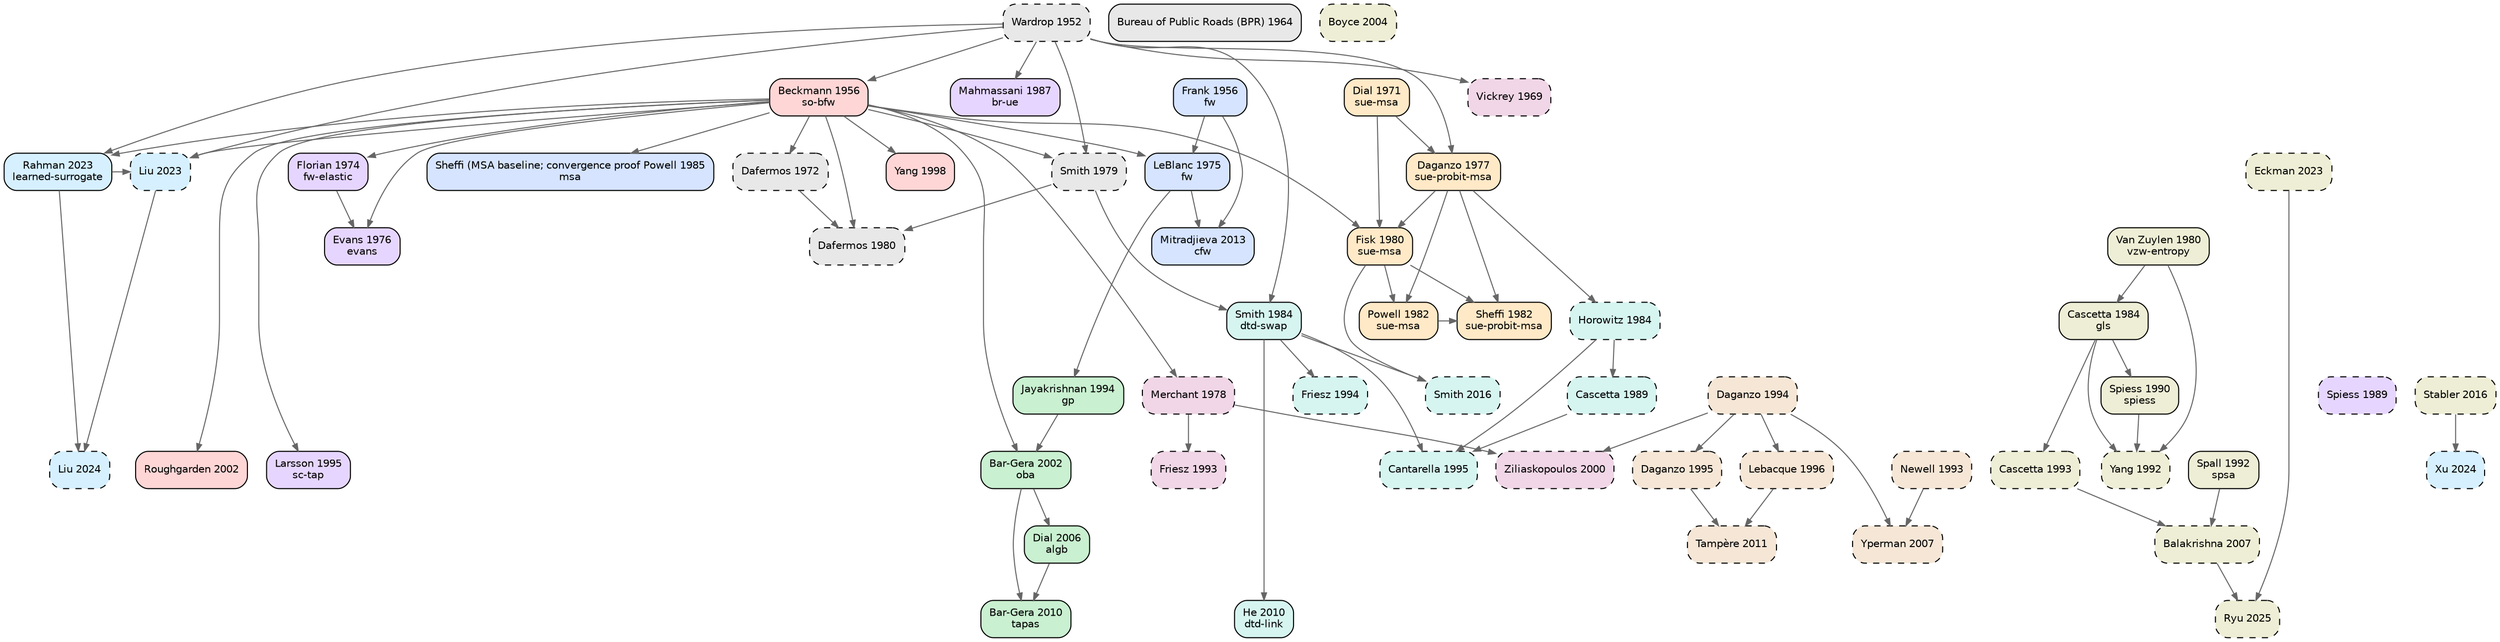
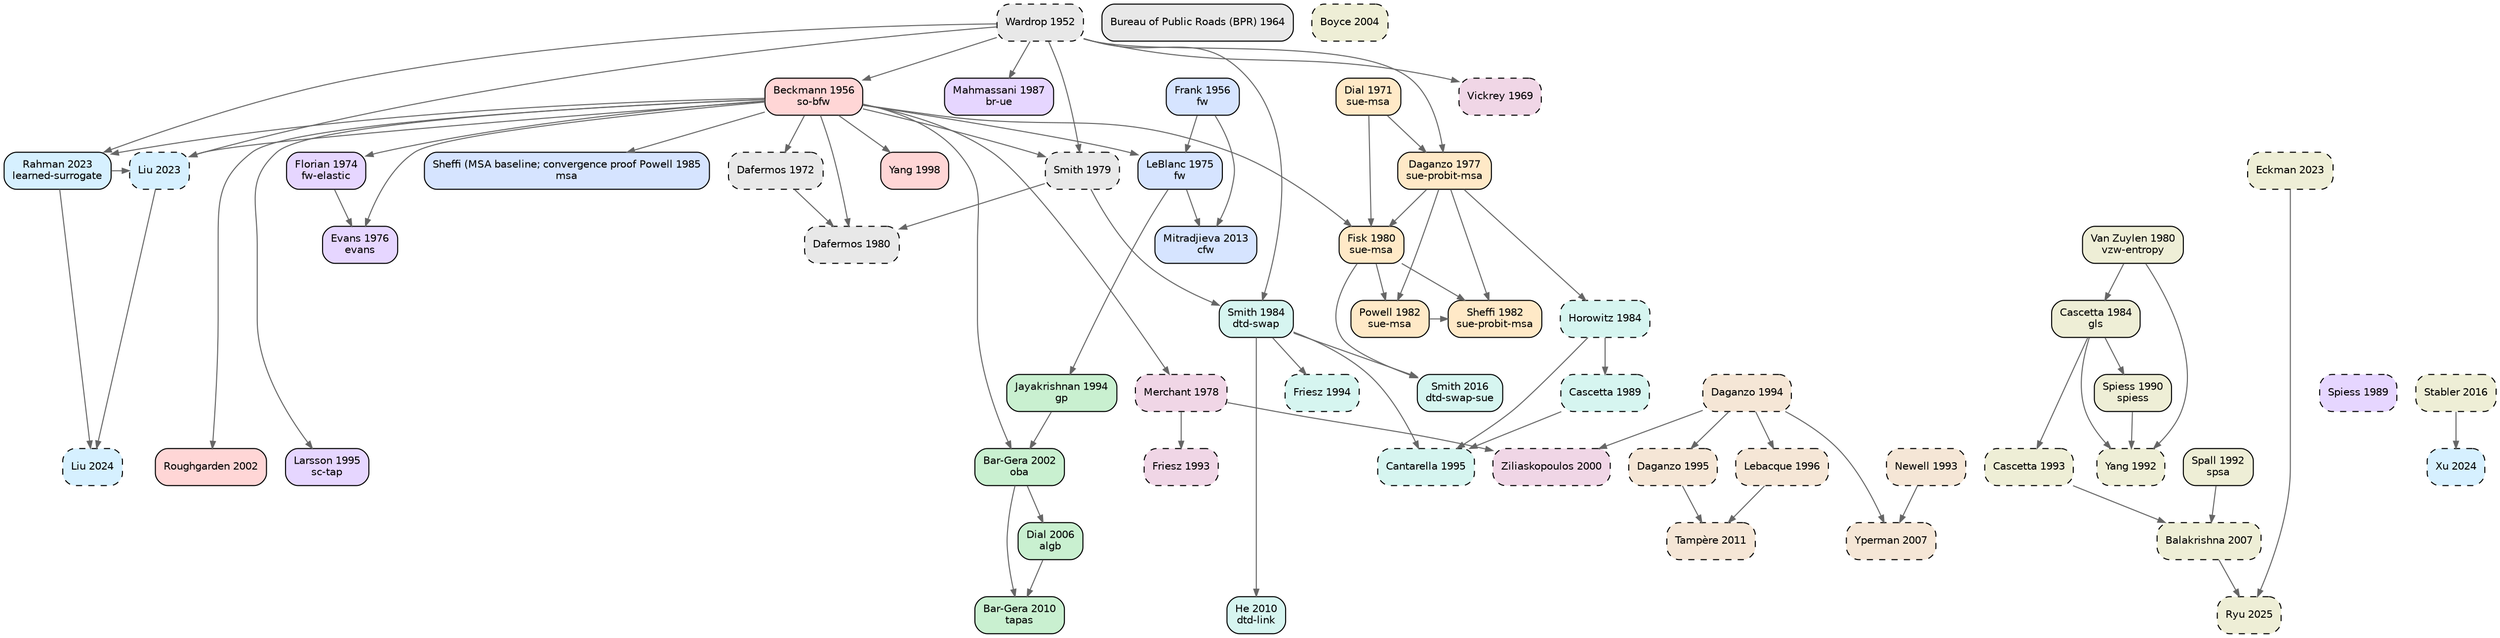
digraph TA_evolution {
  rankdir=TB; node [shape=box,style="rounded,filled",fontname="Helvetica",fontsize=10];
  edge [color="#666666",arrowsize=0.7];
  { rank=same; "wardrop1952some" }
  { rank=same; "frank1956algorithm" "beckmann1956studies" }
  { rank=same; "bpr1964traffic" }
  { rank=same; "vickrey1969congestion" }
  { rank=same; "dial1971probabilistic" }
  { rank=same; "dafermos1972traffic" }
  { rank=same; "florian1974method" }
  { rank=same; "leblanc1975efficient" }
  { rank=same; "evans1976derivation" }
  { rank=same; "daganzo1977stochastic" }
  { rank=same; "merchant1978model" }
  { rank=same; "smith1979existence" }
  { rank=same; "dafermos1980traffic" "fisk1980some" "vanzuylen1980most" }
  { rank=same; "powell1982convergence" "sheffi1982algorithm" }
  { rank=same; "horowitz1984stability" "smith1984stability" "cascetta1984estimation" }
  { rank=same; "sheffi1985urban" }
  { rank=same; "mahmassani1987on" }
  { rank=same; "spiess1989optimal" "cascetta1989stochastic" }
  { rank=same; "spiess1990gradient" }
  { rank=same; "spall1992multivariate" "yang1992estimation" }
  { rank=same; "newell1993simplified" "friesz1993variational" "cascetta1993dynamic" }
  { rank=same; "jayakrishnan1994faster" "friesz1994daytoday" "daganzo1994cell" }
  { rank=same; "larsson1995augmented" "cantarella1995dynamic" "daganzo1995cell" }
  { rank=same; "lebacque1996godunov" }
  { rank=same; "yang1998principle" }
  { rank=same; "ziliaskopoulos2000linear" }
  { rank=same; "bargera2002origin" "roughgarden2002how" }
  { rank=same; "boyce2004convergence" }
  { rank=same; "dial2006path" }
  { rank=same; "yperman2007link" "balakrishna2007offline" }
  { rank=same; "bargera2010traffic" "he2010linkbased" }
  { rank=same; "tampere2011generic" }
  { rank=same; "mitradjieva2013stiff" }
  { rank=same; "smith2016routeswapping" "stabler2016transportation" }
  { rank=same; "liu2023end" "rahman2023data" "eckman2023simopt" }
  { rank=same; "liu2024end" "xu2024unified" }
  { rank=same; "ryu2025bo4mob" }
  "wardrop1952some" [label="Wardrop 1952\n",fillcolor="#e8e8e8",style="rounded,filled,dashed"];
  "bpr1964traffic" [label="Bureau of Public Roads (BPR) 1964\n",fillcolor="#e8e8e8",style="rounded,filled"];
  "dafermos1972traffic" [label="Dafermos 1972\n",fillcolor="#e8e8e8",style="rounded,filled,dashed"];
  "smith1979existence" [label="Smith 1979\n",fillcolor="#e8e8e8",style="rounded,filled,dashed"];
  "dafermos1980traffic" [label="Dafermos 1980\n",fillcolor="#e8e8e8",style="rounded,filled,dashed"];
  "frank1956algorithm" [label="Frank 1956\nfw",fillcolor="#d6e4ff",style="rounded,filled"];
  "leblanc1975efficient" [label="LeBlanc 1975\nfw",fillcolor="#d6e4ff",style="rounded,filled"];
  "sheffi1985urban" [label="Sheffi (MSA baseline; convergence proof Powell 1985\nmsa",fillcolor="#d6e4ff",style="rounded,filled"];
  "mitradjieva2013stiff" [label="Mitradjieva 2013\ncfw",fillcolor="#d6e4ff",style="rounded,filled"];
  "jayakrishnan1994faster" [label="Jayakrishnan 1994\ngp",fillcolor="#c9f0d0",style="rounded,filled"];
  "bargera2002origin" [label="Bar-Gera 2002\noba",fillcolor="#c9f0d0",style="rounded,filled"];
  "dial2006path" [label="Dial 2006\nalgb",fillcolor="#c9f0d0",style="rounded,filled"];
  "bargera2010traffic" [label="Bar-Gera 2010\ntapas",fillcolor="#c9f0d0",style="rounded,filled"];
  "dial1971probabilistic" [label="Dial 1971\nsue-msa",fillcolor="#ffe9c7",style="rounded,filled"];
  "daganzo1977stochastic" [label="Daganzo 1977\nsue-probit-msa",fillcolor="#ffe9c7",style="rounded,filled"];
  "fisk1980some" [label="Fisk 1980\nsue-msa",fillcolor="#ffe9c7",style="rounded,filled"];
  "powell1982convergence" [label="Powell 1982\nsue-msa",fillcolor="#ffe9c7",style="rounded,filled"];
  "sheffi1982algorithm" [label="Sheffi 1982\nsue-probit-msa",fillcolor="#ffe9c7",style="rounded,filled"];
  "beckmann1956studies" [label="Beckmann 1956\nso-bfw",fillcolor="#ffd6d6",style="rounded,filled"];
  "yang1998principle" [label="Yang 1998\n",fillcolor="#ffd6d6",style="rounded,filled"];
  "roughgarden2002how" [label="Roughgarden 2002\n",fillcolor="#ffd6d6",style="rounded,filled"];
  "florian1974method" [label="Florian 1974\nfw-elastic",fillcolor="#e6d6ff",style="rounded,filled"];
  "evans1976derivation" [label="Evans 1976\nevans",fillcolor="#e6d6ff",style="rounded,filled"];
  "mahmassani1987on" [label="Mahmassani 1987\nbr-ue",fillcolor="#e6d6ff",style="rounded,filled"];
  "spiess1989optimal" [label="Spiess 1989\n",fillcolor="#e6d6ff",style="rounded,filled,dashed"];
  "larsson1995augmented" [label="Larsson 1995\nsc-tap",fillcolor="#e6d6ff",style="rounded,filled"];
  "horowitz1984stability" [label="Horowitz 1984\n",fillcolor="#d6f5f0",style="rounded,filled,dashed"];
  "smith1984stability" [label="Smith 1984\ndtd-swap",fillcolor="#d6f5f0",style="rounded,filled"];
  "cascetta1989stochastic" [label="Cascetta 1989\n",fillcolor="#d6f5f0",style="rounded,filled,dashed"];
  "friesz1994daytoday" [label="Friesz 1994\n",fillcolor="#d6f5f0",style="rounded,filled,dashed"];
  "cantarella1995dynamic" [label="Cantarella 1995\n",fillcolor="#d6f5f0",style="rounded,filled,dashed"];
  "he2010linkbased" [label="He 2010\ndtd-link",fillcolor="#d6f5f0",style="rounded,filled"];
-   "smith2016routeswapping" [label="Smith 2016\n",fillcolor="#d6f5f0",style="rounded,filled,dashed"];
+   "smith2016routeswapping" [label="Smith 2016\ndtd-swap-sue",fillcolor="#d6f5f0",style="rounded,filled"];
  "newell1993simplified" [label="Newell 1993\n",fillcolor="#f5e6d6",style="rounded,filled,dashed"];
  "daganzo1994cell" [label="Daganzo 1994\n",fillcolor="#f5e6d6",style="rounded,filled,dashed"];
  "daganzo1995cell" [label="Daganzo 1995\n",fillcolor="#f5e6d6",style="rounded,filled,dashed"];
  "lebacque1996godunov" [label="Lebacque 1996\n",fillcolor="#f5e6d6",style="rounded,filled,dashed"];
  "yperman2007link" [label="Yperman 2007\n",fillcolor="#f5e6d6",style="rounded,filled,dashed"];
  "tampere2011generic" [label="Tampère 2011\n",fillcolor="#f5e6d6",style="rounded,filled,dashed"];
  "vickrey1969congestion" [label="Vickrey 1969\n",fillcolor="#f0d6e6",style="rounded,filled,dashed"];
  "merchant1978model" [label="Merchant 1978\n",fillcolor="#f0d6e6",style="rounded,filled,dashed"];
  "friesz1993variational" [label="Friesz 1993\n",fillcolor="#f0d6e6",style="rounded,filled,dashed"];
  "ziliaskopoulos2000linear" [label="Ziliaskopoulos 2000\n",fillcolor="#f0d6e6",style="rounded,filled,dashed"];
  "liu2023end" [label="Liu 2023\n",fillcolor="#d6f0ff",style="rounded,filled,dashed"];
  "rahman2023data" [label="Rahman 2023\nlearned-surrogate",fillcolor="#d6f0ff",style="rounded,filled"];
  "liu2024end" [label="Liu 2024\n",fillcolor="#d6f0ff",style="rounded,filled,dashed"];
  "xu2024unified" [label="Xu 2024\n",fillcolor="#d6f0ff",style="rounded,filled,dashed"];
  "vanzuylen1980most" [label="Van Zuylen 1980\nvzw-entropy",fillcolor="#eeeed6",style="rounded,filled"];
  "cascetta1984estimation" [label="Cascetta 1984\ngls",fillcolor="#eeeed6",style="rounded,filled"];
  "spiess1990gradient" [label="Spiess 1990\nspiess",fillcolor="#eeeed6",style="rounded,filled"];
  "spall1992multivariate" [label="Spall 1992\nspsa",fillcolor="#eeeed6",style="rounded,filled"];
  "yang1992estimation" [label="Yang 1992\n",fillcolor="#eeeed6",style="rounded,filled,dashed"];
  "cascetta1993dynamic" [label="Cascetta 1993\n",fillcolor="#eeeed6",style="rounded,filled,dashed"];
  "boyce2004convergence" [label="Boyce 2004\n",fillcolor="#eeeed6",style="rounded,filled,dashed"];
  "balakrishna2007offline" [label="Balakrishna 2007\n",fillcolor="#eeeed6",style="rounded,filled,dashed"];
  "stabler2016transportation" [label="Stabler 2016\n",fillcolor="#eeeed6",style="rounded,filled,dashed"];
  "eckman2023simopt" [label="Eckman 2023\n",fillcolor="#eeeed6",style="rounded,filled,dashed"];
  "ryu2025bo4mob" [label="Ryu 2025\n",fillcolor="#eeeed6",style="rounded,filled,dashed"];
  "beckmann1956studies" -> "dafermos1972traffic";
  "wardrop1952some" -> "smith1979existence";
  "beckmann1956studies" -> "smith1979existence";
  "smith1979existence" -> "dafermos1980traffic";
  "beckmann1956studies" -> "dafermos1980traffic";
  "dafermos1972traffic" -> "dafermos1980traffic";
  "frank1956algorithm" -> "leblanc1975efficient";
  "beckmann1956studies" -> "leblanc1975efficient";
  "beckmann1956studies" -> "sheffi1985urban";
  "leblanc1975efficient" -> "mitradjieva2013stiff";
  "frank1956algorithm" -> "mitradjieva2013stiff";
  "leblanc1975efficient" -> "jayakrishnan1994faster";
  "jayakrishnan1994faster" -> "bargera2002origin";
  "beckmann1956studies" -> "bargera2002origin";
  "bargera2002origin" -> "dial2006path";
  "dial2006path" -> "bargera2010traffic";
  "bargera2002origin" -> "bargera2010traffic";
  "dial1971probabilistic" -> "daganzo1977stochastic";
  "wardrop1952some" -> "daganzo1977stochastic";
  "daganzo1977stochastic" -> "fisk1980some";
  "dial1971probabilistic" -> "fisk1980some";
  "beckmann1956studies" -> "fisk1980some";
  "fisk1980some" -> "powell1982convergence";
  "daganzo1977stochastic" -> "powell1982convergence";
  "daganzo1977stochastic" -> "sheffi1982algorithm";
  "powell1982convergence" -> "sheffi1982algorithm";
  "fisk1980some" -> "sheffi1982algorithm";
  "wardrop1952some" -> "beckmann1956studies";
  "beckmann1956studies" -> "yang1998principle";
  "beckmann1956studies" -> "roughgarden2002how";
  "beckmann1956studies" -> "florian1974method";
  "beckmann1956studies" -> "evans1976derivation";
  "florian1974method" -> "evans1976derivation";
  "wardrop1952some" -> "mahmassani1987on";
  "beckmann1956studies" -> "larsson1995augmented";
  "daganzo1977stochastic" -> "horowitz1984stability";
  "smith1979existence" -> "smith1984stability";
  "wardrop1952some" -> "smith1984stability";
  "horowitz1984stability" -> "cascetta1989stochastic";
  "smith1984stability" -> "friesz1994daytoday";
  "cascetta1989stochastic" -> "cantarella1995dynamic";
  "smith1984stability" -> "cantarella1995dynamic";
  "horowitz1984stability" -> "cantarella1995dynamic";
  "smith1984stability" -> "he2010linkbased";
  "smith1984stability" -> "smith2016routeswapping";
  "fisk1980some" -> "smith2016routeswapping";
  "daganzo1994cell" -> "daganzo1995cell";
  "daganzo1994cell" -> "lebacque1996godunov";
  "newell1993simplified" -> "yperman2007link";
  "daganzo1994cell" -> "yperman2007link";
  "daganzo1995cell" -> "tampere2011generic";
  "lebacque1996godunov" -> "tampere2011generic";
  "wardrop1952some" -> "vickrey1969congestion";
  "beckmann1956studies" -> "merchant1978model";
  "merchant1978model" -> "friesz1993variational";
  "merchant1978model" -> "ziliaskopoulos2000linear";
  "daganzo1994cell" -> "ziliaskopoulos2000linear";
  "rahman2023data" -> "liu2023end";
  "beckmann1956studies" -> "liu2023end";
  "wardrop1952some" -> "liu2023end";
  "wardrop1952some" -> "rahman2023data";
  "beckmann1956studies" -> "rahman2023data";
  "rahman2023data" -> "liu2024end";
  "liu2023end" -> "liu2024end";
  "stabler2016transportation" -> "xu2024unified";
  "vanzuylen1980most" -> "cascetta1984estimation";
  "cascetta1984estimation" -> "spiess1990gradient";
  "cascetta1984estimation" -> "yang1992estimation";
  "spiess1990gradient" -> "yang1992estimation";
  "vanzuylen1980most" -> "yang1992estimation";
  "cascetta1984estimation" -> "cascetta1993dynamic";
  "spall1992multivariate" -> "balakrishna2007offline";
  "cascetta1993dynamic" -> "balakrishna2007offline";
  "eckman2023simopt" -> "ryu2025bo4mob";
  "balakrishna2007offline" -> "ryu2025bo4mob";
}
